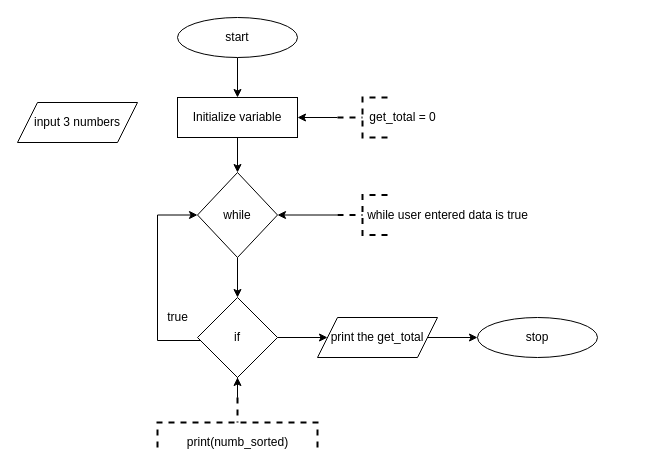
Earlier version of the draw.io diagram Running_sum.drawio (4iydDragon/Running_sum). Source tidied: cells renumbered, new cells numbered last; positions are measured from the earlier drawing's top-left corner, leaving out a move shared by most shapes. Both pictures are drawn from the tidied source at 100%, with x=0, y=0 at pixel (17, 17).
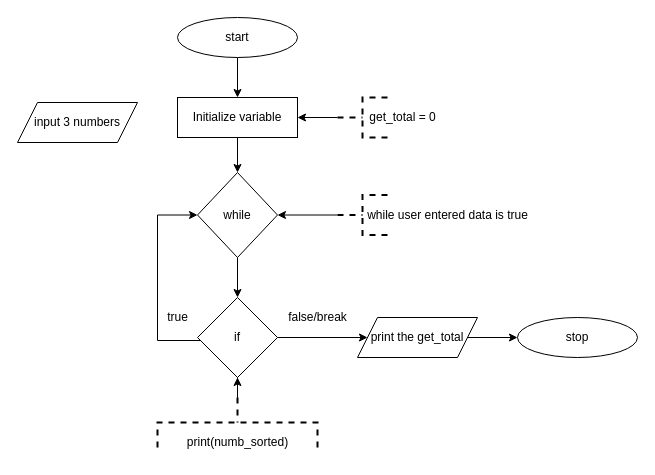
The same page after the edit.

What changed in the source:
```diff
@@
     <mxCell id="8" value="print the get_total" style="shape=parallelogram;perimeter=parallelogramPerimeter;whiteSpace=wrap;html=1;fixedSize=1;rounded=0;" parent="1" vertex="1">
-      <mxGeometry x="300" y="300" width="120" height="40" as="geometry" />
+      <mxGeometry x="340" y="300" width="120" height="40" as="geometry" />
     </mxCell>
     <mxCell id="9" value="stop" style="ellipse;whiteSpace=wrap;html=1;" parent="1" vertex="1">
-      <mxGeometry x="460" y="300" width="120" height="40" as="geometry" />
+      <mxGeometry x="500" y="300" width="120" height="40" as="geometry" />
     </mxCell>
@@
+    <mxCell id="25" value="false/break" style="text;html=1;align=center;verticalAlign=middle;strokeColor=none;fillColor=none;" parent="1" vertex="1">
+      <mxGeometry x="260" y="285" width="80" height="30" as="geometry" />
+    </mxCell>
```
